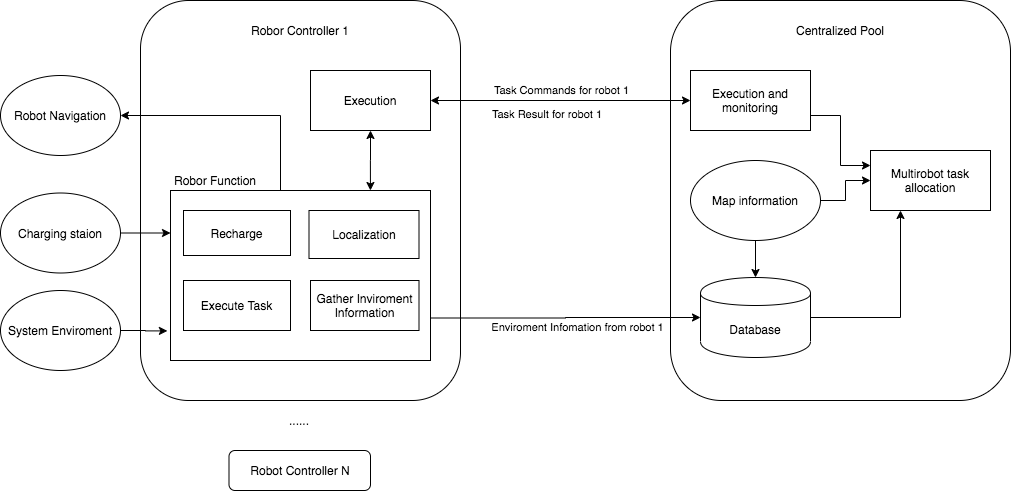
Above: Thesis/content/images/ch3/architecture.drawio.png in xuanjiao/master_thesis (draw.io), before the change. Source tidied: cells renumbered, new cells last; positions are measured from the earlier drawing's top-left corner, leaving out a move shared by most shapes.
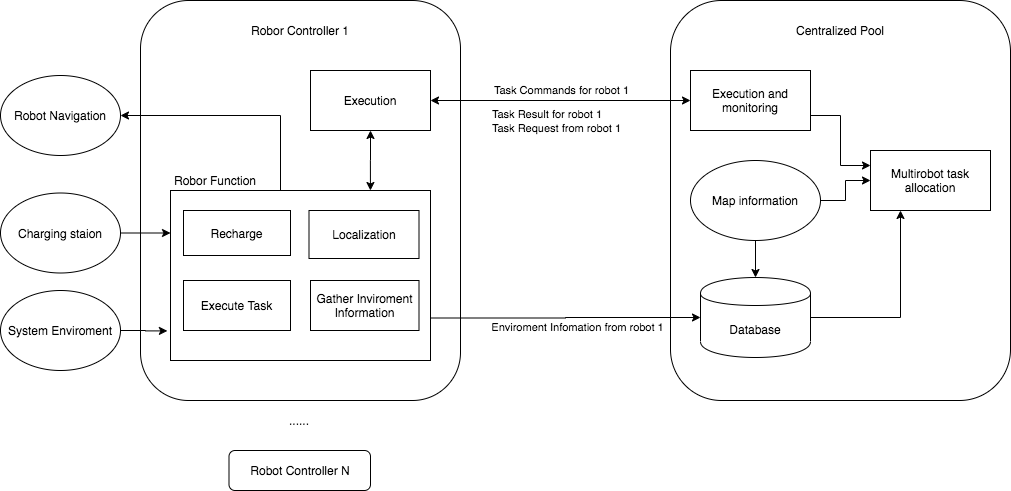
The same file after the commit.

Change to the diagram source:
```diff
@@ -89,7 +89,7 @@
         <mxPoint x="1" as="offset" />
       </mxGeometry>
     </mxCell>
-    <mxCell id="29" value="&lt;span style=&quot;color: rgb(0 , 0 , 0) ; font-family: &amp;#34;helvetica&amp;#34; ; font-size: 11px ; font-style: normal ; font-weight: 400 ; letter-spacing: normal ; text-align: center ; text-indent: 0px ; text-transform: none ; word-spacing: 0px ; background-color: rgb(255 , 255 , 255) ; float: none ; display: inline&quot;&gt;Task Result for robot 1&lt;br&gt;&lt;/span&gt;" style="text;whiteSpace=wrap;html=1;" parent="1" vertex="1">
+    <mxCell id="29" value="&lt;span style=&quot;color: rgb(0 , 0 , 0) ; font-family: &amp;#34;helvetica&amp;#34; ; font-size: 11px ; font-style: normal ; font-weight: 400 ; letter-spacing: normal ; text-align: center ; text-indent: 0px ; text-transform: none ; word-spacing: 0px ; background-color: rgb(255 , 255 , 255) ; float: none ; display: inline&quot;&gt;Task Result for robot 1&lt;br&gt;Task Request from robot 1&lt;br&gt;&lt;/span&gt;" style="text;whiteSpace=wrap;html=1;" parent="1" vertex="1">
       <mxGeometry x="490" y="100" width="140" height="30" as="geometry" />
     </mxCell>
     <mxCell id="30" value="Robot Controller N" style="rounded=1;whiteSpace=wrap;html=1;" parent="1" vertex="1">
```
